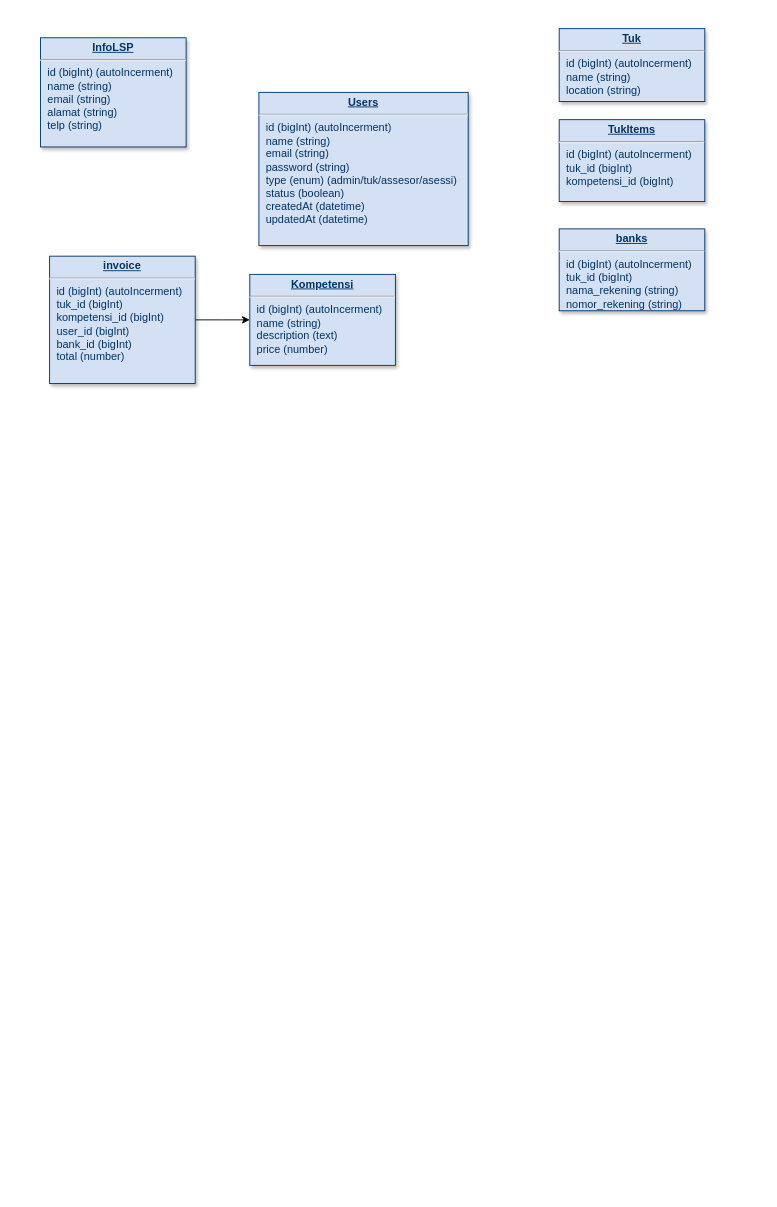
The draw.io diagram db.drawio in awankelana/vip-db, before the edit. Source tidied: cells renumbered, new cells numbered last; positions are measured from the earlier drawing's top-left corner, leaving out a move shared by most shapes. Both pictures are drawn from the tidied source at 91%, with x=0, y=0 at pixel (40, 28).
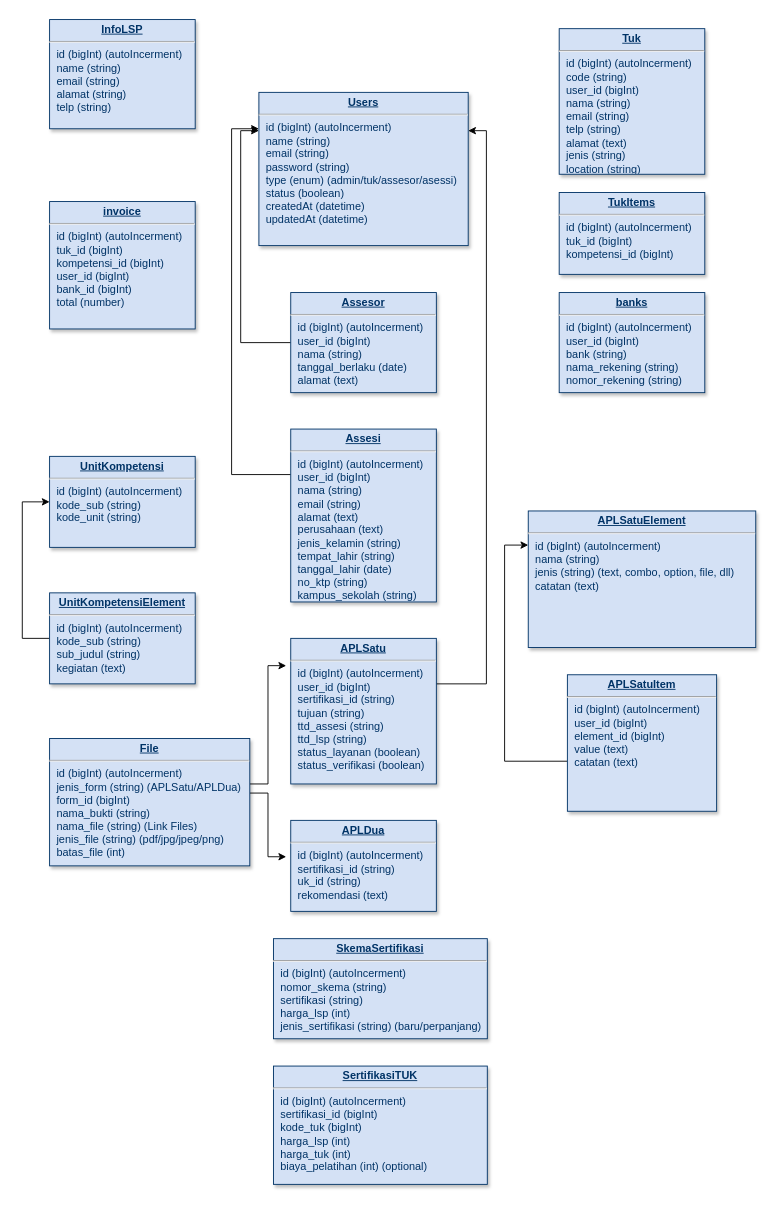
After the change.

Unchanged cells that the change refers to:
```xml
<mxCell id="6" value="&lt;p style=&quot;margin: 0px ; margin-top: 4px ; text-align: center ; text-decoration: underline&quot;&gt;&lt;strong&gt;Users&lt;/strong&gt;&lt;/p&gt;&lt;hr&gt;&lt;p style=&quot;margin: 0px ; margin-left: 8px&quot;&gt;id (bigInt) (autoIncerment)&lt;/p&gt;&lt;p style=&quot;margin: 0px ; margin-left: 8px&quot;&gt;name (string)&lt;/p&gt;&lt;p style=&quot;margin: 0px ; margin-left: 8px&quot;&gt;email (string)&lt;/p&gt;&lt;p style=&quot;margin: 0px ; margin-left: 8px&quot;&gt;password (string)&lt;/p&gt;&lt;p style=&quot;margin: 0px ; margin-left: 8px&quot;&gt;type (enum) (admin/tuk/assesor/asessi)&lt;/p&gt;&lt;p style=&quot;margin: 0px ; margin-left: 8px&quot;&gt;status (boolean)&lt;/p&gt;&lt;p style=&quot;margin: 0px ; margin-left: 8px&quot;&gt;createdAt (datetime)&lt;/p&gt;&lt;p style=&quot;margin: 0px ; margin-left: 8px&quot;&gt;updatedAt (datetime)&lt;/p&gt;" style="verticalAlign=top;align=left;overflow=fill;fontSize=12;fontFamily=Helvetica;html=1;strokeColor=#003366;shadow=1;fillColor=#D4E1F5;fontColor=#003366;" parent="1" vertex="1">
  <mxGeometry x="240" y="70" width="230" height="168.4" as="geometry" />
</mxCell>
```

What changed in the source:
```diff
@@
-    <mxCell id="2" value="&lt;p style=&quot;margin: 0px ; margin-top: 4px ; text-align: center ; text-decoration: underline&quot;&gt;&lt;b&gt;Tuk&lt;/b&gt;&lt;/p&gt;&lt;hr&gt;&lt;p style=&quot;margin: 0px ; margin-left: 8px&quot;&gt;id (bigInt) (autoIncerment)&lt;br&gt;&lt;/p&gt;&lt;p style=&quot;margin: 0px ; margin-left: 8px&quot;&gt;name (string)&lt;/p&gt;&lt;p style=&quot;margin: 0px ; margin-left: 8px&quot;&gt;location (string)&lt;/p&gt;" style="verticalAlign=top;align=left;overflow=fill;fontSize=12;fontFamily=Helvetica;html=1;strokeColor=#003366;shadow=1;fillColor=#D4E1F5;fontColor=#003366;" parent="1" vertex="1">
-      <mxGeometry x="570" width="160" height="80" as="geometry" />
+    <mxCell id="2" value="&lt;p style=&quot;margin: 0px ; margin-top: 4px ; text-align: center ; text-decoration: underline&quot;&gt;&lt;b&gt;Tuk&lt;/b&gt;&lt;/p&gt;&lt;hr&gt;&lt;p style=&quot;margin: 0px ; margin-left: 8px&quot;&gt;id (bigInt) (autoIncerment)&lt;br&gt;&lt;/p&gt;&lt;p style=&quot;margin: 0px ; margin-left: 8px&quot;&gt;code (string)&lt;br&gt;user_id (bigInt)&lt;/p&gt;&lt;p style=&quot;margin: 0px ; margin-left: 8px&quot;&gt;nama (string)&lt;/p&gt;&lt;p style=&quot;margin: 0px ; margin-left: 8px&quot;&gt;email (string)&lt;/p&gt;&lt;p style=&quot;margin: 0px ; margin-left: 8px&quot;&gt;telp (string)&lt;/p&gt;&lt;p style=&quot;margin: 0px ; margin-left: 8px&quot;&gt;alamat (text)&lt;/p&gt;&lt;p style=&quot;margin: 0px ; margin-left: 8px&quot;&gt;jenis (string)&lt;/p&gt;&lt;p style=&quot;margin: 0px ; margin-left: 8px&quot;&gt;location (string)&lt;/p&gt;" style="verticalAlign=top;align=left;overflow=fill;fontSize=12;fontFamily=Helvetica;html=1;strokeColor=#003366;shadow=1;fillColor=#D4E1F5;fontColor=#003366;" parent="1" vertex="1">
+      <mxGeometry x="570" width="160" height="160" as="geometry" />
     </mxCell>
-    <mxCell id="3" style="edgeStyle=orthogonalEdgeStyle;rounded=0;jettySize=auto;html=1;" parent="1" edge="1" source="4">
-      <mxGeometry relative="1" as="geometry">
-        <mxPoint x="230" y="320" as="targetPoint" />
-      </mxGeometry>
-    </mxCell>
     <mxCell id="4" value="&lt;p style=&quot;margin: 0px ; margin-top: 4px ; text-align: center ; text-decoration: underline&quot;&gt;&lt;b&gt;invoice&lt;/b&gt;&lt;/p&gt;&lt;hr&gt;&lt;p style=&quot;margin: 0px ; margin-left: 8px&quot;&gt;id (bigInt) (autoI&lt;span&gt;ncerment)&lt;/span&gt;&lt;/p&gt;&lt;p style=&quot;margin: 0px ; margin-left: 8px&quot;&gt;tuk_id (bigInt)&lt;/p&gt;&lt;p style=&quot;margin: 0px ; margin-left: 8px&quot;&gt;kompetensi_id (bigInt)&lt;/p&gt;&lt;p style=&quot;margin: 0px ; margin-left: 8px&quot;&gt;user_id (bigInt)&lt;/p&gt;&lt;p style=&quot;margin: 0px ; margin-left: 8px&quot;&gt;bank_id (bigInt)&lt;/p&gt;&lt;p style=&quot;margin: 0px ; margin-left: 8px&quot;&gt;total (number)&lt;/p&gt;" style="verticalAlign=top;align=left;overflow=fill;fontSize=12;fontFamily=Helvetica;html=1;strokeColor=#003366;shadow=1;fillColor=#D4E1F5;fontColor=#003366;" parent="1" vertex="1">
-      <mxGeometry x="10" y="250" width="160" height="140" as="geometry" />
+      <mxGeometry x="10" y="190" width="160" height="140" as="geometry" />
     </mxCell>
-    <mxCell id="5" value="&lt;p style=&quot;margin: 0px ; margin-top: 4px ; text-align: center ; text-decoration: underline&quot;&gt;&lt;strong&gt;Kompetensi&lt;/strong&gt;&lt;/p&gt;&lt;hr&gt;&lt;p style=&quot;margin: 0px ; margin-left: 8px&quot;&gt;id (bigInt) (autoIncerment)&amp;nbsp;&lt;/p&gt;&lt;p style=&quot;margin: 0px ; margin-left: 8px&quot;&gt;name (string)&lt;/p&gt;&lt;p style=&quot;margin: 0px ; margin-left: 8px&quot;&gt;description (text)&lt;/p&gt;&lt;p style=&quot;margin: 0px ; margin-left: 8px&quot;&gt;price (number)&lt;/p&gt;&lt;p style=&quot;margin: 0px ; margin-left: 8px&quot;&gt;&lt;br&gt;&lt;/p&gt;" style="verticalAlign=top;align=left;overflow=fill;fontSize=12;fontFamily=Helvetica;html=1;strokeColor=#003366;shadow=1;fillColor=#D4E1F5;fontColor=#003366;" parent="1" vertex="1">
-      <mxGeometry x="230" y="270" width="160" height="100" as="geometry" />
+    <mxCell id="5" value="&lt;p style=&quot;margin: 0px ; margin-top: 4px ; text-align: center ; text-decoration: underline&quot;&gt;&lt;strong&gt;UnitKompetensi&lt;/strong&gt;&lt;/p&gt;&lt;hr&gt;&lt;p style=&quot;margin: 0px ; margin-left: 8px&quot;&gt;id (bigInt) (autoIncerment)&amp;nbsp;&lt;/p&gt;&lt;p style=&quot;margin: 0px ; margin-left: 8px&quot;&gt;kode_sub (string)&lt;/p&gt;&lt;p style=&quot;margin: 0px ; margin-left: 8px&quot;&gt;kode_unit (string)&lt;/p&gt;&lt;p style=&quot;margin: 0px ; margin-left: 8px&quot;&gt;&lt;br&gt;&lt;/p&gt;" style="verticalAlign=top;align=left;overflow=fill;fontSize=12;fontFamily=Helvetica;html=1;strokeColor=#003366;shadow=1;fillColor=#D4E1F5;fontColor=#003366;" parent="1" vertex="1">
+      <mxGeometry x="10" y="470" width="160" height="100" as="geometry" />
     </mxCell>
@@
     <mxCell id="7" value="&lt;p style=&quot;margin: 0px ; margin-top: 4px ; text-align: center ; text-decoration: underline&quot;&gt;&lt;b&gt;TukItems&lt;/b&gt;&lt;/p&gt;&lt;hr&gt;&lt;p style=&quot;margin: 0px ; margin-left: 8px&quot;&gt;id (bigInt) (autoIncerment)&lt;/p&gt;&lt;p style=&quot;margin: 0px ; margin-left: 8px&quot;&gt;tuk_id (bigInt)&lt;/p&gt;&lt;p style=&quot;margin: 0px ; margin-left: 8px&quot;&gt;kompetensi_id (bigInt)&lt;/p&gt;" style="verticalAlign=top;align=left;overflow=fill;fontSize=12;fontFamily=Helvetica;html=1;strokeColor=#003366;shadow=1;fillColor=#D4E1F5;fontColor=#003366;" parent="1" vertex="1">
-      <mxGeometry x="570" y="100" width="160" height="90" as="geometry" />
+      <mxGeometry x="570" y="180" width="160" height="90" as="geometry" />
     </mxCell>
-    <mxCell id="8" value="&lt;p style=&quot;margin: 0px ; margin-top: 4px ; text-align: center ; text-decoration: underline&quot;&gt;&lt;b&gt;banks&lt;/b&gt;&lt;/p&gt;&lt;hr&gt;&lt;p style=&quot;margin: 0px ; margin-left: 8px&quot;&gt;id (bigInt) (autoIncerment)&lt;/p&gt;&lt;p style=&quot;margin: 0px ; margin-left: 8px&quot;&gt;tuk_id (bigInt)&lt;/p&gt;&lt;p style=&quot;margin: 0px ; margin-left: 8px&quot;&gt;nama_rekening (string)&lt;/p&gt;&lt;p style=&quot;margin: 0px ; margin-left: 8px&quot;&gt;nomor_rekening (string)&lt;/p&gt;" style="verticalAlign=top;align=left;overflow=fill;fontSize=12;fontFamily=Helvetica;html=1;strokeColor=#003366;shadow=1;fillColor=#D4E1F5;fontColor=#003366;" parent="1" vertex="1">
-      <mxGeometry x="570" y="220" width="160" height="90" as="geometry" />
+    <mxCell id="8" value="&lt;p style=&quot;margin: 0px ; margin-top: 4px ; text-align: center ; text-decoration: underline&quot;&gt;&lt;b&gt;banks&lt;/b&gt;&lt;/p&gt;&lt;hr&gt;&lt;p style=&quot;margin: 0px ; margin-left: 8px&quot;&gt;id (bigInt) (autoIncerment)&lt;/p&gt;&lt;p style=&quot;margin: 0px ; margin-left: 8px&quot;&gt;user_id (bigInt)&lt;br&gt;bank (string)&lt;/p&gt;&lt;p style=&quot;margin: 0px ; margin-left: 8px&quot;&gt;nama_rekening (string)&lt;/p&gt;&lt;p style=&quot;margin: 0px ; margin-left: 8px&quot;&gt;nomor_rekening (string)&lt;/p&gt;" style="verticalAlign=top;align=left;overflow=fill;fontSize=12;fontFamily=Helvetica;html=1;strokeColor=#003366;shadow=1;fillColor=#D4E1F5;fontColor=#003366;" parent="1" vertex="1">
+      <mxGeometry x="570" y="290" width="160" height="110" as="geometry" />
     </mxCell>
     <mxCell id="9" value="&lt;p style=&quot;margin: 0px ; margin-top: 4px ; text-align: center ; text-decoration: underline&quot;&gt;&lt;b&gt;InfoLSP&lt;/b&gt;&lt;/p&gt;&lt;hr&gt;&lt;p style=&quot;margin: 0px ; margin-left: 8px&quot;&gt;id (bigInt) (autoI&lt;span&gt;ncerment)&lt;/span&gt;&lt;/p&gt;&lt;p style=&quot;margin: 0px ; margin-left: 8px&quot;&gt;name (string)&lt;/p&gt;&lt;p style=&quot;margin: 0px ; margin-left: 8px&quot;&gt;email (string)&lt;/p&gt;&lt;p style=&quot;margin: 0px ; margin-left: 8px&quot;&gt;alamat (string)&lt;/p&gt;&lt;p style=&quot;margin: 0px ; margin-left: 8px&quot;&gt;telp (string)&lt;/p&gt;" style="verticalAlign=top;align=left;overflow=fill;fontSize=12;fontFamily=Helvetica;html=1;strokeColor=#003366;shadow=1;fillColor=#D4E1F5;fontColor=#003366;" parent="1" vertex="1">
-      <mxGeometry y="10" width="160" height="120" as="geometry" />
+      <mxGeometry x="10" y="-10" width="160" height="120" as="geometry" />
     </mxCell>
+    <mxCell id="10" style="edgeStyle=orthogonalEdgeStyle;rounded=0;jettySize=auto;html=1;entryX=0;entryY=0.25;entryDx=0;entryDy=0;" parent="1" edge="1" source="11" target="6">
+      <mxGeometry relative="1" as="geometry">
+        <Array as="points">
+          <mxPoint x="220" y="345" />
+          <mxPoint x="220" y="112" />
+        </Array>
+      </mxGeometry>
+    </mxCell>
+    <mxCell id="11" value="&lt;p style=&quot;margin: 0px ; margin-top: 4px ; text-align: center ; text-decoration: underline&quot;&gt;&lt;strong&gt;Assesor&lt;/strong&gt;&lt;/p&gt;&lt;hr&gt;&lt;p style=&quot;margin: 0px ; margin-left: 8px&quot;&gt;id (bigInt) (autoIncerment)&lt;/p&gt;&lt;p style=&quot;margin: 0px ; margin-left: 8px&quot;&gt;user_id (bigInt)&lt;/p&gt;&lt;p style=&quot;margin: 0px ; margin-left: 8px&quot;&gt;nama (string)&lt;/p&gt;&lt;p style=&quot;margin: 0px ; margin-left: 8px&quot;&gt;tanggal_berlaku (date)&lt;/p&gt;&lt;p style=&quot;margin: 0px ; margin-left: 8px&quot;&gt;alamat (text)&lt;/p&gt;" style="verticalAlign=top;align=left;overflow=fill;fontSize=12;fontFamily=Helvetica;html=1;strokeColor=#003366;shadow=1;fillColor=#D4E1F5;fontColor=#003366;" parent="1" vertex="1">
+      <mxGeometry x="275" y="290" width="160" height="110" as="geometry" />
+    </mxCell>
+    <mxCell id="12" style="edgeStyle=orthogonalEdgeStyle;rounded=0;jettySize=auto;html=1;" parent="1" edge="1" source="13">
+      <mxGeometry relative="1" as="geometry">
+        <mxPoint x="240" y="110" as="targetPoint" />
+        <Array as="points">
+          <mxPoint x="210" y="490" />
+          <mxPoint x="210" y="110" />
+        </Array>
+      </mxGeometry>
+    </mxCell>
+    <mxCell id="13" value="&lt;p style=&quot;margin: 0px ; margin-top: 4px ; text-align: center ; text-decoration: underline&quot;&gt;&lt;strong&gt;Assesi&lt;/strong&gt;&lt;/p&gt;&lt;hr&gt;&lt;p style=&quot;margin: 0px ; margin-left: 8px&quot;&gt;id (bigInt) (autoIncerment)&lt;/p&gt;&lt;p style=&quot;margin: 0px ; margin-left: 8px&quot;&gt;user_id (bigInt)&lt;/p&gt;&lt;p style=&quot;margin: 0px ; margin-left: 8px&quot;&gt;nama (string)&lt;/p&gt;&lt;p style=&quot;margin: 0px ; margin-left: 8px&quot;&gt;email (string)&lt;/p&gt;&lt;p style=&quot;margin: 0px ; margin-left: 8px&quot;&gt;alamat (text)&lt;/p&gt;&lt;p style=&quot;margin: 0px ; margin-left: 8px&quot;&gt;perusahaan (text)&lt;/p&gt;&lt;p style=&quot;margin: 0px ; margin-left: 8px&quot;&gt;jenis_kelamin (string)&lt;br&gt;tempat_lahir (string)&lt;/p&gt;&lt;p style=&quot;margin: 0px ; margin-left: 8px&quot;&gt;tanggal_lahir (date)&lt;/p&gt;&lt;p style=&quot;margin: 0px ; margin-left: 8px&quot;&gt;no_ktp (string)&lt;/p&gt;&lt;p style=&quot;margin: 0px ; margin-left: 8px&quot;&gt;kampus_sekolah (string)&lt;/p&gt;" style="verticalAlign=top;align=left;overflow=fill;fontSize=12;fontFamily=Helvetica;html=1;strokeColor=#003366;shadow=1;fillColor=#D4E1F5;fontColor=#003366;" parent="1" vertex="1">
+      <mxGeometry x="275" y="440" width="160" height="190" as="geometry" />
+    </mxCell>
+    <mxCell id="14" value="&lt;p style=&quot;margin: 0px ; margin-top: 4px ; text-align: center ; text-decoration: underline&quot;&gt;&lt;strong&gt;APLSatuElement&lt;/strong&gt;&lt;/p&gt;&lt;hr&gt;&lt;p style=&quot;margin: 0px ; margin-left: 8px&quot;&gt;id (bigInt) (autoIncerment)&lt;/p&gt;&lt;p style=&quot;margin: 0px ; margin-left: 8px&quot;&gt;nama (string)&lt;/p&gt;&lt;p style=&quot;margin: 0px ; margin-left: 8px&quot;&gt;jenis (string) (text, combo, option, file, dll)&lt;/p&gt;&lt;p style=&quot;margin: 0px ; margin-left: 8px&quot;&gt;catatan (text)&lt;/p&gt;" style="verticalAlign=top;align=left;overflow=fill;fontSize=12;fontFamily=Helvetica;html=1;strokeColor=#003366;shadow=1;fillColor=#D4E1F5;fontColor=#003366;" parent="1" vertex="1">
+      <mxGeometry x="536" y="530" width="250" height="150" as="geometry" />
+    </mxCell>
+    <mxCell id="15" style="edgeStyle=orthogonalEdgeStyle;rounded=0;jettySize=auto;html=1;entryX=0;entryY=0.25;entryDx=0;entryDy=0;" parent="1" edge="1" source="16" target="14">
+      <mxGeometry relative="1" as="geometry">
+        <Array as="points">
+          <mxPoint x="510" y="805" />
+          <mxPoint x="510" y="568" />
+        </Array>
+      </mxGeometry>
+    </mxCell>
+    <mxCell id="16" value="&lt;p style=&quot;margin: 0px ; margin-top: 4px ; text-align: center ; text-decoration: underline&quot;&gt;&lt;strong&gt;APLSatuItem&lt;/strong&gt;&lt;/p&gt;&lt;hr&gt;&lt;p style=&quot;margin: 0px ; margin-left: 8px&quot;&gt;id (bigInt) (autoIncerment)&lt;/p&gt;&lt;p style=&quot;margin: 0px ; margin-left: 8px&quot;&gt;user_id (bigInt)&lt;/p&gt;&lt;p style=&quot;margin: 0px ; margin-left: 8px&quot;&gt;element_id (bigInt)&lt;/p&gt;&lt;p style=&quot;margin: 0px ; margin-left: 8px&quot;&gt;value (text)&lt;/p&gt;&lt;p style=&quot;margin: 0px ; margin-left: 8px&quot;&gt;catatan (text)&lt;/p&gt;" style="verticalAlign=top;align=left;overflow=fill;fontSize=12;fontFamily=Helvetica;html=1;strokeColor=#003366;shadow=1;fillColor=#D4E1F5;fontColor=#003366;" parent="1" vertex="1">
+      <mxGeometry x="579" y="710" width="164" height="150" as="geometry" />
+    </mxCell>
+    <mxCell id="17" style="edgeStyle=orthogonalEdgeStyle;rounded=0;jettySize=auto;html=1;entryX=1;entryY=0.25;entryDx=0;entryDy=0;" parent="1" edge="1" source="18" target="6">
+      <mxGeometry relative="1" as="geometry">
+        <Array as="points">
+          <mxPoint x="490" y="720" />
+          <mxPoint x="490" y="112" />
+        </Array>
+      </mxGeometry>
+    </mxCell>
+    <mxCell id="18" value="&lt;p style=&quot;margin: 0px ; margin-top: 4px ; text-align: center ; text-decoration: underline&quot;&gt;&lt;strong&gt;APLSatu&lt;/strong&gt;&lt;/p&gt;&lt;hr&gt;&lt;p style=&quot;margin: 0px ; margin-left: 8px&quot;&gt;id (bigInt) (autoIncerment)&lt;/p&gt;&lt;p style=&quot;margin: 0px ; margin-left: 8px&quot;&gt;user_id (bigInt)&lt;/p&gt;&lt;p style=&quot;margin: 0px ; margin-left: 8px&quot;&gt;sertifikasi_id (string)&lt;/p&gt;&lt;p style=&quot;margin: 0px ; margin-left: 8px&quot;&gt;tujuan (string)&lt;/p&gt;&lt;p style=&quot;margin: 0px ; margin-left: 8px&quot;&gt;ttd_assesi (string)&lt;/p&gt;&lt;p style=&quot;margin: 0px ; margin-left: 8px&quot;&gt;ttd_lsp (string)&lt;/p&gt;&lt;p style=&quot;margin: 0px ; margin-left: 8px&quot;&gt;status_layanan (boolean)&lt;/p&gt;&lt;p style=&quot;margin: 0px ; margin-left: 8px&quot;&gt;status_verifikasi (boolean)&lt;/p&gt;" style="verticalAlign=top;align=left;overflow=fill;fontSize=12;fontFamily=Helvetica;html=1;strokeColor=#003366;shadow=1;fillColor=#D4E1F5;fontColor=#003366;" parent="1" vertex="1">
+      <mxGeometry x="275" y="670" width="160" height="160" as="geometry" />
+    </mxCell>
+    <mxCell id="19" value="&lt;p style=&quot;margin: 0px ; margin-top: 4px ; text-align: center ; text-decoration: underline&quot;&gt;&lt;strong&gt;APLDua&lt;/strong&gt;&lt;/p&gt;&lt;hr&gt;&lt;p style=&quot;margin: 0px ; margin-left: 8px&quot;&gt;id (bigInt) (autoIncerment)&lt;/p&gt;&lt;p style=&quot;margin: 0px ; margin-left: 8px&quot;&gt;&lt;span&gt;sertifikasi_id (string)&lt;/span&gt;&lt;br&gt;&lt;/p&gt;&lt;p style=&quot;margin: 0px ; margin-left: 8px&quot;&gt;uk_id (string)&lt;/p&gt;&lt;p style=&quot;margin: 0px ; margin-left: 8px&quot;&gt;rekomendasi (text)&lt;/p&gt;" style="verticalAlign=top;align=left;overflow=fill;fontSize=12;fontFamily=Helvetica;html=1;strokeColor=#003366;shadow=1;fillColor=#D4E1F5;fontColor=#003366;" parent="1" vertex="1">
+      <mxGeometry x="275" y="870" width="160" height="100" as="geometry" />
+    </mxCell>
+    <mxCell id="20" style="edgeStyle=orthogonalEdgeStyle;rounded=0;jettySize=auto;html=1;" parent="1" edge="1" source="21">
+      <mxGeometry relative="1" as="geometry">
+        <mxPoint x="10" y="520" as="targetPoint" />
+        <Array as="points">
+          <mxPoint x="-20" y="670" />
+          <mxPoint x="-20" y="520" />
+        </Array>
+      </mxGeometry>
+    </mxCell>
+    <mxCell id="21" value="&lt;p style=&quot;margin: 0px ; margin-top: 4px ; text-align: center ; text-decoration: underline&quot;&gt;&lt;strong&gt;UnitKompetensiElement&lt;/strong&gt;&lt;/p&gt;&lt;hr&gt;&lt;p style=&quot;margin: 0px ; margin-left: 8px&quot;&gt;id (bigInt) (autoIncerment)&amp;nbsp;&lt;/p&gt;&lt;p style=&quot;margin: 0px ; margin-left: 8px&quot;&gt;kode_sub (string)&lt;/p&gt;&lt;p style=&quot;margin: 0px ; margin-left: 8px&quot;&gt;sub_judul (string)&lt;/p&gt;&lt;p style=&quot;margin: 0px ; margin-left: 8px&quot;&gt;kegiatan (text)&lt;/p&gt;" style="verticalAlign=top;align=left;overflow=fill;fontSize=12;fontFamily=Helvetica;html=1;strokeColor=#003366;shadow=1;fillColor=#D4E1F5;fontColor=#003366;" parent="1" vertex="1">
+      <mxGeometry x="10" y="620" width="160" height="100" as="geometry" />
+    </mxCell>
+    <mxCell id="22" style="edgeStyle=orthogonalEdgeStyle;rounded=0;jettySize=auto;html=1;" parent="1" edge="1" source="24">
+      <mxGeometry relative="1" as="geometry">
+        <mxPoint x="270" y="700" as="targetPoint" />
+        <Array as="points">
+          <mxPoint x="250" y="830" />
+          <mxPoint x="250" y="700" />
+        </Array>
+      </mxGeometry>
+    </mxCell>
+    <mxCell id="23" style="edgeStyle=orthogonalEdgeStyle;rounded=0;jettySize=auto;html=1;" parent="1" edge="1" source="24">
+      <mxGeometry relative="1" as="geometry">
+        <mxPoint x="270" y="910" as="targetPoint" />
+        <Array as="points">
+          <mxPoint x="250" y="840" />
+          <mxPoint x="250" y="910" />
+        </Array>
+      </mxGeometry>
+    </mxCell>
+    <mxCell id="24" value="&lt;p style=&quot;margin: 0px ; margin-top: 4px ; text-align: center ; text-decoration: underline&quot;&gt;&lt;strong&gt;File&lt;/strong&gt;&lt;/p&gt;&lt;hr&gt;&lt;p style=&quot;margin: 0px ; margin-left: 8px&quot;&gt;id (bigInt) (autoIncerment)&amp;nbsp;&lt;/p&gt;&lt;p style=&quot;margin: 0px ; margin-left: 8px&quot;&gt;jenis_form (string) (APLSatu/APLDua)&lt;/p&gt;&lt;p style=&quot;margin: 0px ; margin-left: 8px&quot;&gt;form_id (bigInt)&lt;/p&gt;&lt;p style=&quot;margin: 0px ; margin-left: 8px&quot;&gt;nama_bukti (string)&lt;/p&gt;&lt;p style=&quot;margin: 0px ; margin-left: 8px&quot;&gt;nama_file (string) (Link Files)&lt;/p&gt;&lt;p style=&quot;margin: 0px ; margin-left: 8px&quot;&gt;jenis_file (string) (pdf/jpg/jpeg/png)&lt;/p&gt;&lt;p style=&quot;margin: 0px ; margin-left: 8px&quot;&gt;batas_file (int)&lt;/p&gt;" style="verticalAlign=top;align=left;overflow=fill;fontSize=12;fontFamily=Helvetica;html=1;strokeColor=#003366;shadow=1;fillColor=#D4E1F5;fontColor=#003366;" parent="1" vertex="1">
+      <mxGeometry x="10" y="780" width="220" height="140" as="geometry" />
+    </mxCell>
+    <mxCell id="25" value="&lt;p style=&quot;margin: 0px ; margin-top: 4px ; text-align: center ; text-decoration: underline&quot;&gt;&lt;strong&gt;SkemaSertifikasi&lt;/strong&gt;&lt;/p&gt;&lt;hr&gt;&lt;p style=&quot;margin: 0px ; margin-left: 8px&quot;&gt;id (bigInt) (autoIncerment)&lt;/p&gt;&lt;p style=&quot;margin: 0px ; margin-left: 8px&quot;&gt;nomor_skema (string)&lt;/p&gt;&lt;p style=&quot;margin: 0px ; margin-left: 8px&quot;&gt;sertifikasi (string)&lt;/p&gt;&lt;p style=&quot;margin: 0px ; margin-left: 8px&quot;&gt;harga_lsp (int)&lt;/p&gt;&lt;p style=&quot;margin: 0px ; margin-left: 8px&quot;&gt;jenis_sertifikasi (string) (baru/perpanjang)&lt;/p&gt;" style="verticalAlign=top;align=left;overflow=fill;fontSize=12;fontFamily=Helvetica;html=1;strokeColor=#003366;shadow=1;fillColor=#D4E1F5;fontColor=#003366;" parent="1" vertex="1">
+      <mxGeometry x="256" y="1000" width="235" height="110" as="geometry" />
+    </mxCell>
+    <mxCell id="26" value="&lt;p style=&quot;margin: 0px ; margin-top: 4px ; text-align: center ; text-decoration: underline&quot;&gt;&lt;strong&gt;SertifikasiTUK&lt;/strong&gt;&lt;/p&gt;&lt;hr&gt;&lt;p style=&quot;margin: 0px ; margin-left: 8px&quot;&gt;id (bigInt) (autoIncerment)&lt;/p&gt;&lt;p style=&quot;margin: 0px ; margin-left: 8px&quot;&gt;sertifikasi_id (bigInt)&lt;/p&gt;&lt;p style=&quot;margin: 0px ; margin-left: 8px&quot;&gt;kode_tuk (bigInt)&lt;/p&gt;&lt;p style=&quot;margin: 0px ; margin-left: 8px&quot;&gt;harga_lsp (int)&lt;/p&gt;&lt;p style=&quot;margin: 0px ; margin-left: 8px&quot;&gt;harga_tuk (int)&lt;/p&gt;&lt;p style=&quot;margin: 0px ; margin-left: 8px&quot;&gt;biaya_pelatihan (int) (optional)&lt;/p&gt;" style="verticalAlign=top;align=left;overflow=fill;fontSize=12;fontFamily=Helvetica;html=1;strokeColor=#003366;shadow=1;fillColor=#D4E1F5;fontColor=#003366;" parent="1" vertex="1">
+      <mxGeometry x="256" y="1140" width="235" height="130" as="geometry" />
+    </mxCell>
```
